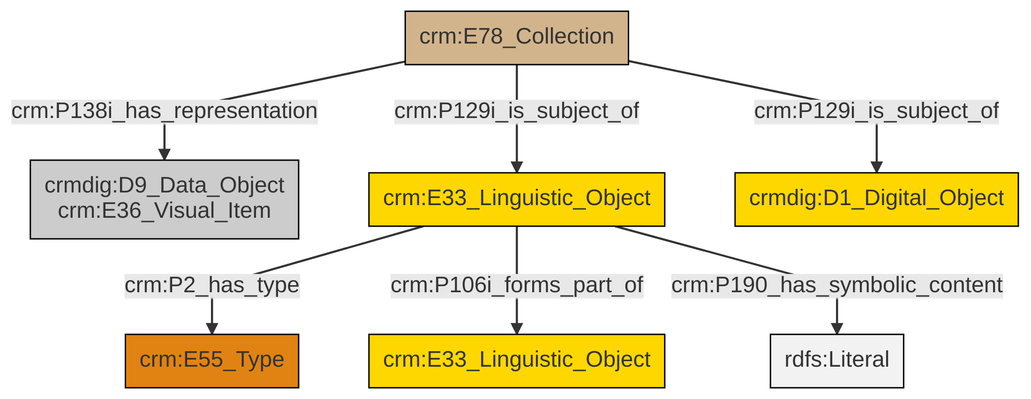
The Mermaid diagram et/archivalCSV/ttl/mmd/png/archival_docs.png in swiss-art-research-net/docs.swissartresearch, before a commit. Its source is kept beside it as et/archivalCSV/ttl/mmd/archival_docs.ttl.mmd.
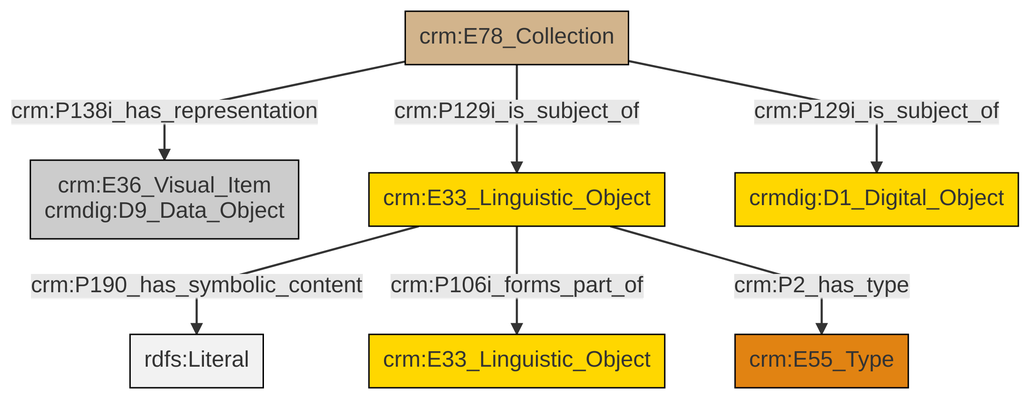
Above is the later version.

Diff of the diagram source:
```diff
@@ -13,9 +13,9 @@
 classDef PC_Classes fill:#4ce600, stroke:#000000;
 classDef Multi fill:#cccccc,stroke:#000000;
 
-6["crm:E33_Linguistic_Object"]:::Conceptual_Object -->|crm:P2_has_type| 4["crm:E55_Type"]:::Type
-7["crm:E78_Collection"]:::Physical_Thing -->|crm:P129i_is_subject_of| 6["crm:E33_Linguistic_Object"]:::Conceptual_Object
-7["crm:E78_Collection"]:::Physical_Thing -->|crm:P129i_is_subject_of| 9["crmdig:D1_Digital_Object"]:::Conceptual_Object
-6["crm:E33_Linguistic_Object"]:::Conceptual_Object -->|crm:P106i_forms_part_of| 2["crm:E33_Linguistic_Object"]:::Conceptual_Object
-6["crm:E33_Linguistic_Object"]:::Conceptual_Object -->|crm:P190_has_symbolic_content| 11[rdfs:Literal]:::Literal
-7["crm:E78_Collection"]:::Physical_Thing -->|crm:P138i_has_representation| 0["crmdig:D9_Data_Object<br>crm:E36_Visual_Item"]:::Multi
+5["crm:E78_Collection"]:::Physical_Thing -->|crm:P138i_has_representation| 0["crm:E36_Visual_Item<br>crmdig:D9_Data_Object"]:::Multi
+6["crm:E33_Linguistic_Object"]:::Conceptual_Object -->|crm:P190_has_symbolic_content| 7[rdfs:Literal]:::Literal
+5["crm:E78_Collection"]:::Physical_Thing -->|crm:P129i_is_subject_of| 6["crm:E33_Linguistic_Object"]:::Conceptual_Object
+5["crm:E78_Collection"]:::Physical_Thing -->|crm:P129i_is_subject_of| 11["crmdig:D1_Digital_Object"]:::Conceptual_Object
+6["crm:E33_Linguistic_Object"]:::Conceptual_Object -->|crm:P106i_forms_part_of| 3["crm:E33_Linguistic_Object"]:::Conceptual_Object
+6["crm:E33_Linguistic_Object"]:::Conceptual_Object -->|crm:P2_has_type| 8["crm:E55_Type"]:::Type
```
